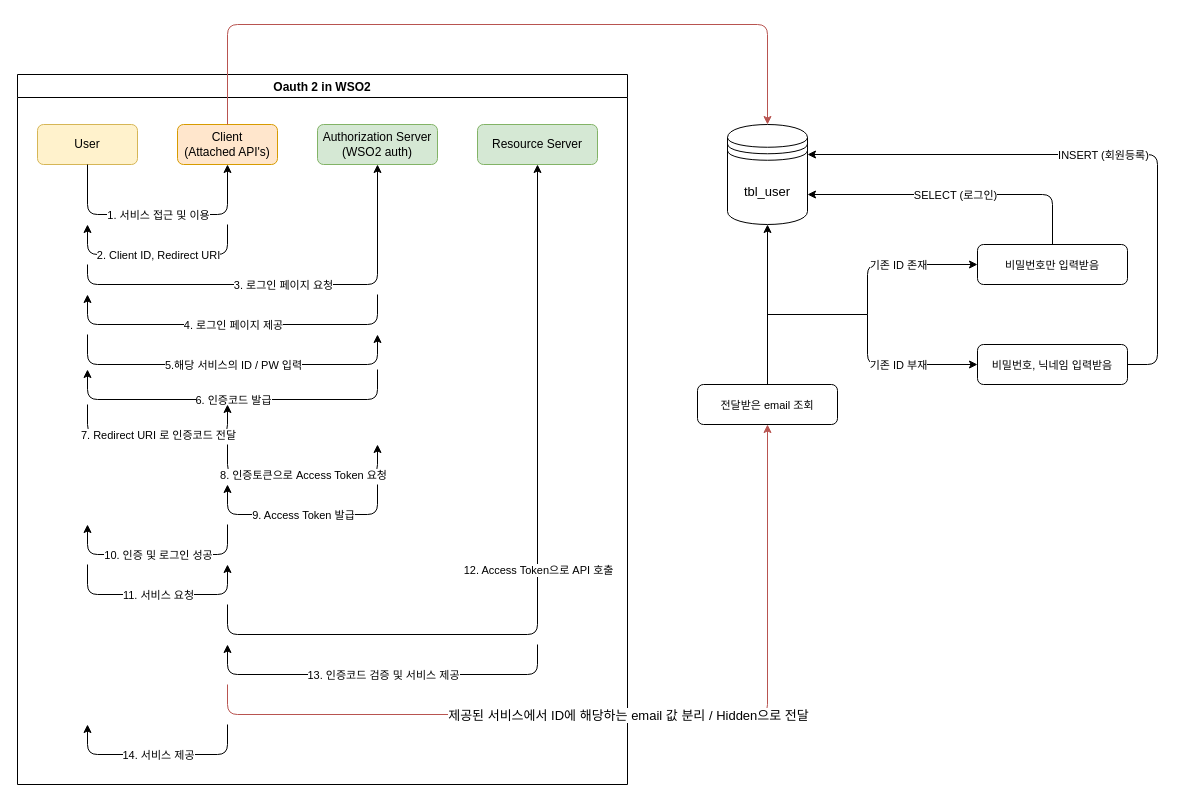
EST-94/java keeps this draw.io diagram as spring/oauth2inWSO.drawio. Above is the earlier version. Source tidied: cells renumbered, new cells numbered last; positions are measured from the earlier drawing's top-left corner, leaving out a move shared by most shapes. Both pictures are drawn from the tidied source at 100%, with x=0, y=0 at pixel (17, 24).
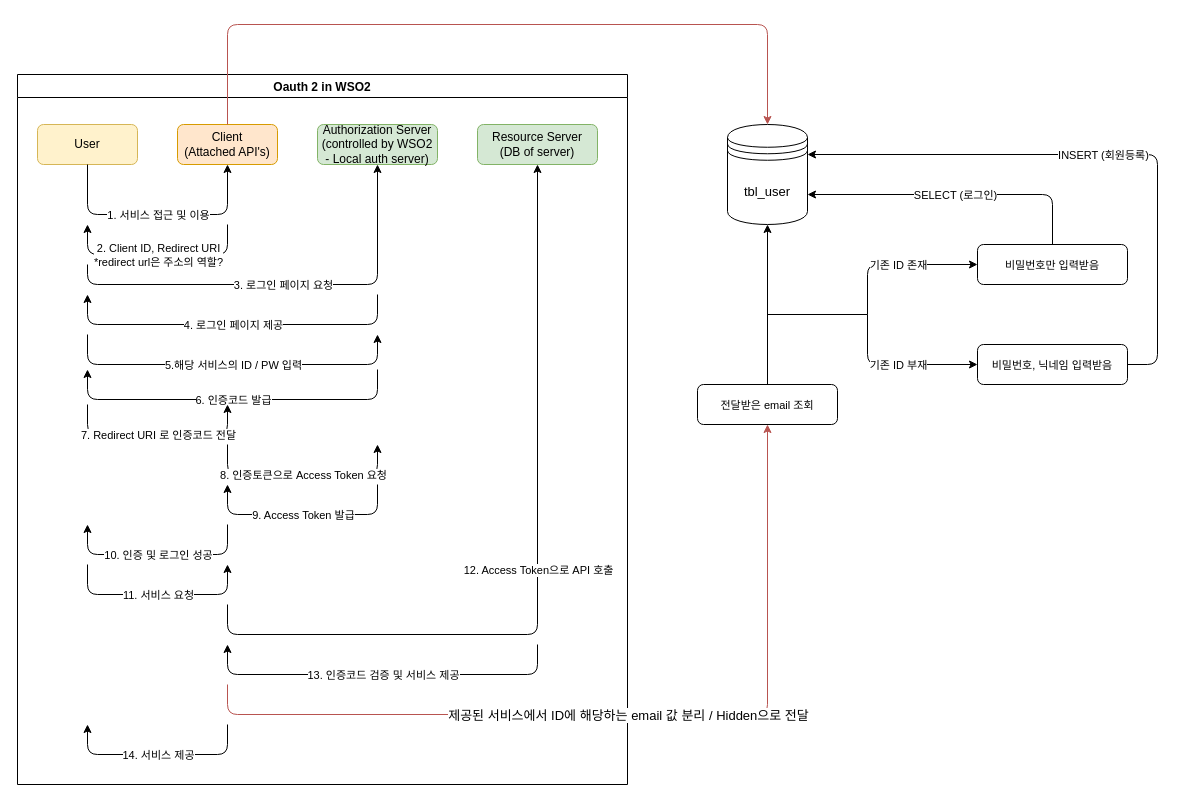
The same diagram, later.

Unchanged cells that the change refers to:
```xml
<mxCell id="8" style="endArrow=classic;html=1;entryX=0.5;entryY=1;entryDx=0;entryDy=0;" parent="1" edge="1">
  <mxGeometry relative="1" as="geometry">
    <mxPoint x="210" y="200" as="sourcePoint" />
    <mxPoint x="70" y="200" as="targetPoint" />
    <Array as="points">
      <mxPoint x="210" y="230" />
      <mxPoint x="70" y="230" />
    </Array>
  </mxGeometry>
</mxCell>
```

The edit, as a diff of the source:
```diff
@@
-    <mxCell id="4" value="Authorization Server&lt;br&gt;(WSO2 auth)" style="rounded=1;whiteSpace=wrap;html=1;fillColor=#d5e8d4;strokeColor=#82b366;" parent="1" vertex="1">
+    <mxCell id="4" value="Authorization Server&lt;br&gt;(controlled by WSO2&lt;br&gt;- Local auth server)" style="rounded=1;whiteSpace=wrap;html=1;fillColor=#d5e8d4;strokeColor=#82b366;" parent="1" vertex="1">
       <mxGeometry x="300" y="100" width="120" height="40" as="geometry" />
     </mxCell>
-    <mxCell id="5" value="Resource Server" style="rounded=1;whiteSpace=wrap;html=1;fillColor=#d5e8d4;strokeColor=#82b366;" parent="1" vertex="1">
+    <mxCell id="5" value="Resource Server&lt;br&gt;(DB of server)" style="rounded=1;whiteSpace=wrap;html=1;fillColor=#d5e8d4;strokeColor=#82b366;" parent="1" vertex="1">
       <mxGeometry x="460" y="100" width="120" height="40" as="geometry" />
     </mxCell>
@@
-    <mxCell id="9" value="2. Client ID, Redirect URI" style="edgeLabel;html=1;align=center;verticalAlign=middle;" parent="8" vertex="1">
+    <mxCell id="9" value="2. Client ID, Redirect URI&lt;br&gt;*redirect url은 주소의 역할?" style="edgeLabel;html=1;align=center;verticalAlign=middle;" parent="8" vertex="1">
       <mxGeometry relative="1" as="geometry" />
     </mxCell>
```
